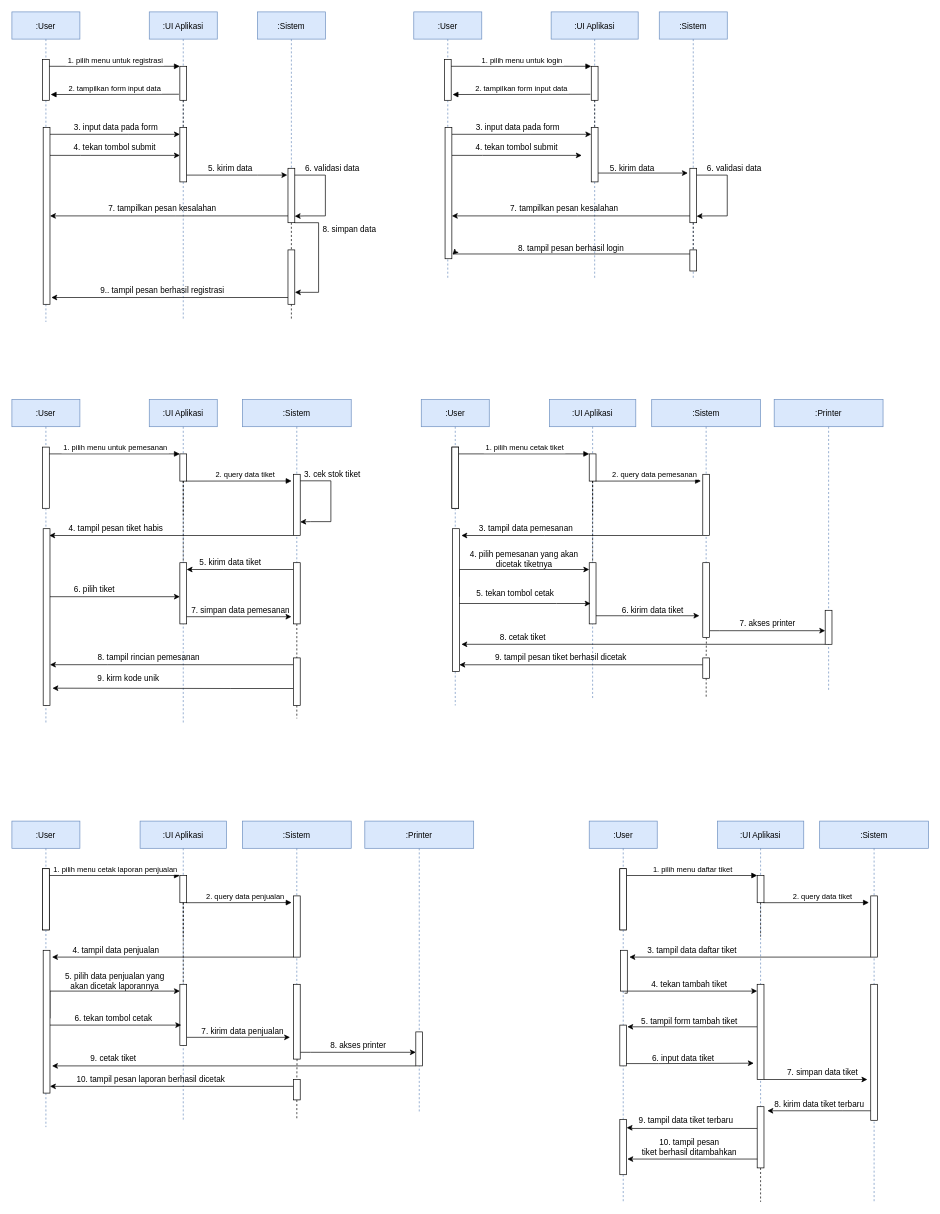
ricky3knowhere/IF214002 keeps this draw.io diagram as sequenceDiagram.drawio. Above is the earlier version. Source tidied: cells renumbered, new cells numbered last; positions are measured from the earlier drawing's top-left corner, leaving out a move shared by most shapes. Both pictures are drawn from the tidied source at 68%, with x=0, y=0 at pixel (12, 12).
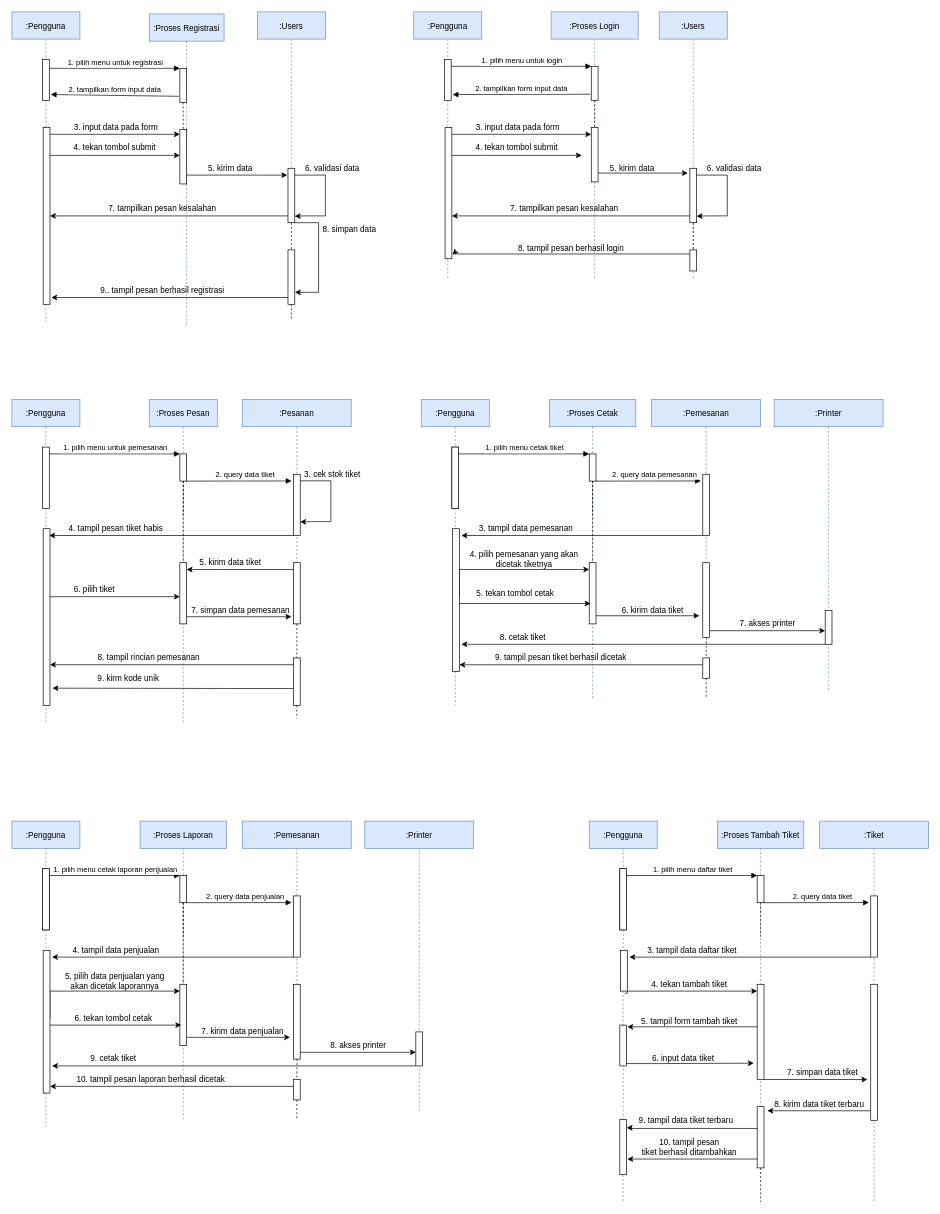
After the change.

The edit, as a diff of the source:
```diff
@@
-    <mxCell id="6" value=":UI Aplikasi" style="shape=umlLifeline;perimeter=lifelinePerimeter;rounded=0;shadow=0;strokeWidth=1;fillColor=#dae8fc;strokeColor=#6c8ebf;" parent="1" vertex="1">
+    <mxCell id="6" value=":Proses Cetak" style="shape=umlLifeline;perimeter=lifelinePerimeter;rounded=0;shadow=0;strokeWidth=1;fillColor=#dae8fc;strokeColor=#6c8ebf;" parent="1" vertex="1">
       <mxGeometry x="790.5" y="570" width="127" height="440" as="geometry" />
     </mxCell>
@@
-    <mxCell id="8" value=":User" style="shape=umlLifeline;perimeter=lifelinePerimeter;rounded=0;shadow=0;strokeWidth=1;fillColor=#dae8fc;strokeColor=#6c8ebf;" parent="1" vertex="1">
+    <mxCell id="8" value=":Pengguna" style="shape=umlLifeline;perimeter=lifelinePerimeter;rounded=0;shadow=0;strokeWidth=1;fillColor=#dae8fc;strokeColor=#6c8ebf;" parent="1" vertex="1">
       <mxGeometry width="100" height="456" as="geometry" />
     </mxCell>
@@
-    <mxCell id="10" value=":UI Aplikasi" style="shape=umlLifeline;perimeter=lifelinePerimeter;rounded=0;shadow=0;strokeWidth=1;fillColor=#dae8fc;strokeColor=#6c8ebf;" parent="1" vertex="1">
-      <mxGeometry x="202" width="100" height="453" as="geometry" />
+    <mxCell id="10" value=":Proses Registrasi" style="shape=umlLifeline;perimeter=lifelinePerimeter;rounded=0;shadow=0;strokeWidth=1;fillColor=#dae8fc;strokeColor=#6c8ebf;" parent="1" vertex="1">
+      <mxGeometry x="202" y="3" width="110" height="459" as="geometry" />
     </mxCell>
@@
-    <mxCell id="16" value=":Sistem" style="shape=umlLifeline;perimeter=lifelinePerimeter;rounded=0;shadow=0;strokeWidth=1;fillColor=#dae8fc;strokeColor=#6c8ebf;" parent="1" vertex="1">
+    <mxCell id="16" value=":Users " style="shape=umlLifeline;perimeter=lifelinePerimeter;rounded=0;shadow=0;strokeWidth=1;fillColor=#dae8fc;strokeColor=#6c8ebf;" parent="1" vertex="1">
       <mxGeometry x="361" width="100" height="310" as="geometry" />
     </mxCell>
@@
-    <mxCell id="34" value=":User" style="shape=umlLifeline;perimeter=lifelinePerimeter;rounded=0;shadow=0;strokeWidth=1;fillColor=#dae8fc;strokeColor=#6c8ebf;" parent="1" vertex="1">
+    <mxCell id="34" value=":Pengguna" style="shape=umlLifeline;perimeter=lifelinePerimeter;rounded=0;shadow=0;strokeWidth=1;fillColor=#dae8fc;strokeColor=#6c8ebf;" parent="1" vertex="1">
       <mxGeometry x="591" width="100" height="393" as="geometry" />
     </mxCell>
@@
-    <mxCell id="36" value=":UI Aplikasi" style="shape=umlLifeline;perimeter=lifelinePerimeter;rounded=0;shadow=0;strokeWidth=1;fillColor=#dae8fc;strokeColor=#6c8ebf;" parent="1" vertex="1">
+    <mxCell id="36" value=":Proses Login" style="shape=umlLifeline;perimeter=lifelinePerimeter;rounded=0;shadow=0;strokeWidth=1;fillColor=#dae8fc;strokeColor=#6c8ebf;" parent="1" vertex="1">
       <mxGeometry x="793" width="128" height="393" as="geometry" />
     </mxCell>
@@
-    <mxCell id="43" value=":Sistem" style="shape=umlLifeline;perimeter=lifelinePerimeter;rounded=0;shadow=0;strokeWidth=1;fillColor=#dae8fc;strokeColor=#6c8ebf;" parent="1" vertex="1">
+    <mxCell id="43" value=":Users" style="shape=umlLifeline;perimeter=lifelinePerimeter;rounded=0;shadow=0;strokeWidth=1;fillColor=#dae8fc;strokeColor=#6c8ebf;" parent="1" vertex="1">
       <mxGeometry x="952" width="100" height="393" as="geometry" />
     </mxCell>
@@
-    <mxCell id="59" value=":User" style="shape=umlLifeline;perimeter=lifelinePerimeter;rounded=0;shadow=0;strokeWidth=1;fillColor=#dae8fc;strokeColor=#6c8ebf;" parent="1" vertex="1">
+    <mxCell id="59" value=":Pengguna" style="shape=umlLifeline;perimeter=lifelinePerimeter;rounded=0;shadow=0;strokeWidth=1;fillColor=#dae8fc;strokeColor=#6c8ebf;" parent="1" vertex="1">
       <mxGeometry y="570" width="100" height="477" as="geometry" />
     </mxCell>
@@
-    <mxCell id="62" value=":UI Aplikasi" style="shape=umlLifeline;perimeter=lifelinePerimeter;rounded=0;shadow=0;strokeWidth=1;fillColor=#dae8fc;strokeColor=#6c8ebf;" parent="1" vertex="1">
+    <mxCell id="62" value=":Proses Pesan" style="shape=umlLifeline;perimeter=lifelinePerimeter;rounded=0;shadow=0;strokeWidth=1;fillColor=#dae8fc;strokeColor=#6c8ebf;" parent="1" vertex="1">
       <mxGeometry x="202" y="570" width="100" height="476" as="geometry" />
     </mxCell>
@@
-    <mxCell id="69" value=":Sistem" style="shape=umlLifeline;perimeter=lifelinePerimeter;rounded=0;shadow=0;strokeWidth=1;fillColor=#dae8fc;strokeColor=#6c8ebf;" parent="1" vertex="1">
+    <mxCell id="69" value=":Pesanan" style="shape=umlLifeline;perimeter=lifelinePerimeter;rounded=0;shadow=0;strokeWidth=1;fillColor=#dae8fc;strokeColor=#6c8ebf;" parent="1" vertex="1">
       <mxGeometry x="338.9" y="570" width="160.1" height="310" as="geometry" />
     </mxCell>
@@
-    <mxCell id="96" value=":Sistem" style="shape=umlLifeline;perimeter=lifelinePerimeter;rounded=0;shadow=0;strokeWidth=1;fillColor=#dae8fc;strokeColor=#6c8ebf;" parent="1" vertex="1">
+    <mxCell id="96" value=":Pemesanan" style="shape=umlLifeline;perimeter=lifelinePerimeter;rounded=0;shadow=0;strokeWidth=1;fillColor=#dae8fc;strokeColor=#6c8ebf;" parent="1" vertex="1">
       <mxGeometry x="940.9" y="570" width="160.1" height="310" as="geometry" />
     </mxCell>
@@
-    <mxCell id="106" value=":User" style="shape=umlLifeline;perimeter=lifelinePerimeter;rounded=0;shadow=0;strokeWidth=1;fillColor=#dae8fc;strokeColor=#6c8ebf;" parent="1" vertex="1">
+    <mxCell id="106" value=":Pengguna" style="shape=umlLifeline;perimeter=lifelinePerimeter;rounded=0;shadow=0;strokeWidth=1;fillColor=#dae8fc;strokeColor=#6c8ebf;" parent="1" vertex="1">
       <mxGeometry x="602" y="570" width="100" height="450" as="geometry" />
     </mxCell>
@@
-    <mxCell id="120" value=":UI Aplikasi" style="shape=umlLifeline;perimeter=lifelinePerimeter;rounded=0;shadow=0;strokeWidth=1;fillColor=#dae8fc;strokeColor=#6c8ebf;" parent="1" vertex="1">
+    <mxCell id="120" value=":Proses Laporan" style="shape=umlLifeline;perimeter=lifelinePerimeter;rounded=0;shadow=0;strokeWidth=1;fillColor=#dae8fc;strokeColor=#6c8ebf;" parent="1" vertex="1">
       <mxGeometry x="188.5" y="1190" width="127" height="440" as="geometry" />
     </mxCell>
@@
-    <mxCell id="130" value=":Sistem" style="shape=umlLifeline;perimeter=lifelinePerimeter;rounded=0;shadow=0;strokeWidth=1;fillColor=#dae8fc;strokeColor=#6c8ebf;" parent="1" vertex="1">
+    <mxCell id="130" value=":Pemesanan" style="shape=umlLifeline;perimeter=lifelinePerimeter;rounded=0;shadow=0;strokeWidth=1;fillColor=#dae8fc;strokeColor=#6c8ebf;" parent="1" vertex="1">
       <mxGeometry x="338.9" y="1190" width="160.1" height="310" as="geometry" />
     </mxCell>
@@
-    <mxCell id="140" value=":User" style="shape=umlLifeline;perimeter=lifelinePerimeter;rounded=0;shadow=0;strokeWidth=1;fillColor=#dae8fc;strokeColor=#6c8ebf;" parent="1" vertex="1">
+    <mxCell id="140" value=":Pengguna" style="shape=umlLifeline;perimeter=lifelinePerimeter;rounded=0;shadow=0;strokeWidth=1;fillColor=#dae8fc;strokeColor=#6c8ebf;" parent="1" vertex="1">
       <mxGeometry y="1190" width="100" height="450" as="geometry" />
     </mxCell>
@@
-    <mxCell id="154" value=":UI Aplikasi" style="shape=umlLifeline;perimeter=lifelinePerimeter;rounded=0;shadow=0;strokeWidth=1;fillColor=#dae8fc;strokeColor=#6c8ebf;" parent="1" vertex="1">
+    <mxCell id="154" value=":Proses Tambah Tiket" style="shape=umlLifeline;perimeter=lifelinePerimeter;rounded=0;shadow=0;strokeWidth=1;fillColor=#dae8fc;strokeColor=#6c8ebf;" parent="1" vertex="1">
       <mxGeometry x="1037.5" y="1190" width="127" height="440" as="geometry" />
     </mxCell>
@@
-    <mxCell id="166" value=":Sistem" style="shape=umlLifeline;perimeter=lifelinePerimeter;rounded=0;shadow=0;strokeWidth=1;fillColor=#dae8fc;strokeColor=#6c8ebf;" parent="1" vertex="1">
+    <mxCell id="166" value=":Tiket" style="shape=umlLifeline;perimeter=lifelinePerimeter;rounded=0;shadow=0;strokeWidth=1;fillColor=#dae8fc;strokeColor=#6c8ebf;" parent="1" vertex="1">
       <mxGeometry x="1187.9" y="1190" width="160.1" height="560" as="geometry" />
     </mxCell>
@@
-    <mxCell id="174" value=":User" style="shape=umlLifeline;perimeter=lifelinePerimeter;rounded=0;shadow=0;strokeWidth=1;fillColor=#dae8fc;strokeColor=#6c8ebf;" parent="1" vertex="1">
+    <mxCell id="174" value=":Pengguna" style="shape=umlLifeline;perimeter=lifelinePerimeter;rounded=0;shadow=0;strokeWidth=1;fillColor=#dae8fc;strokeColor=#6c8ebf;" parent="1" vertex="1">
       <mxGeometry x="849" y="1190" width="100" height="560" as="geometry" />
     </mxCell>
```
